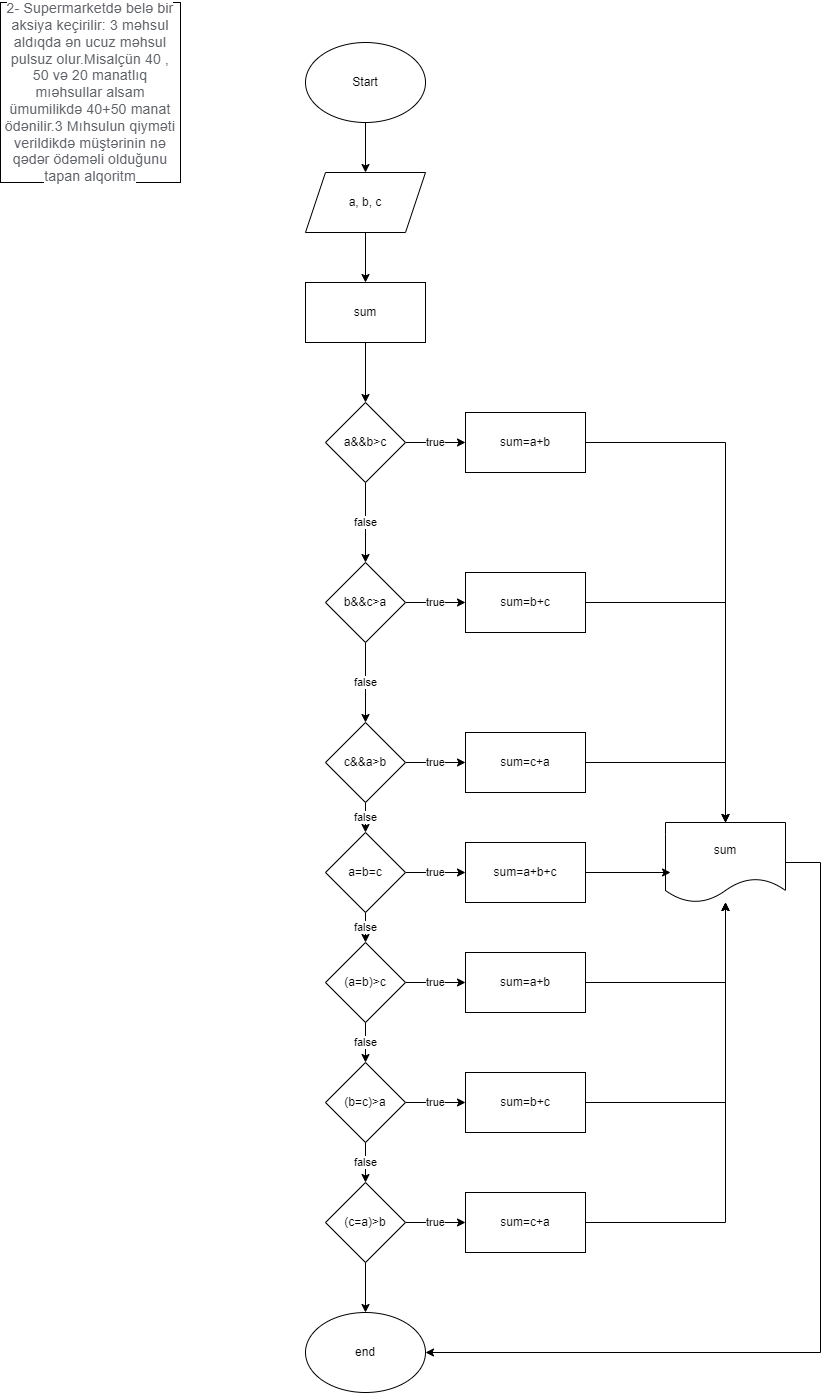
Before: 1.12.2022/task2.png, a diagram exported from draw.io (daelvinci/EvTapsirigi). Source tidied: cells renumbered, new cells last; positions are measured from the earlier drawing's top-left corner, leaving out a move shared by most shapes.
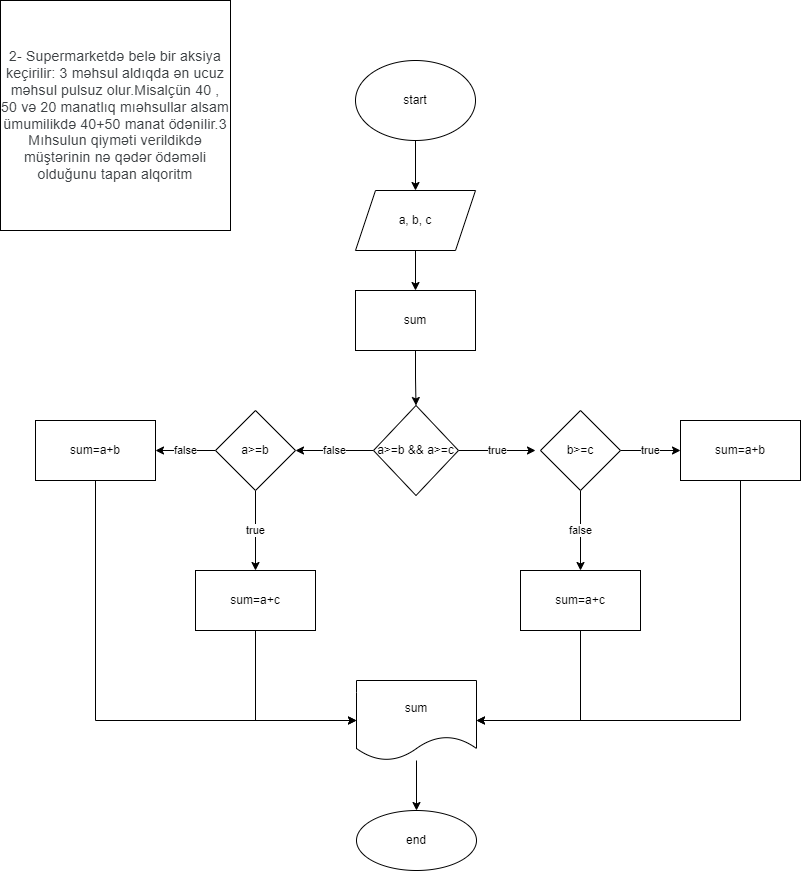
Later version of the same file.

What changed in the source:
```diff
@@ -2,147 +2,106 @@
   <root>
     <mxCell id="0" />
     <mxCell id="1" parent="0" />
-    <mxCell id="2" style="edgeStyle=orthogonalEdgeStyle;rounded=0;jettySize=auto;html=1;" parent="1" edge="1" source="3">
-      <mxGeometry relative="1" as="geometry">
-        <mxPoint x="365" y="170" as="targetPoint" />
-      </mxGeometry>
-    </mxCell>
-    <mxCell id="3" value="Start" style="ellipse;whiteSpace=wrap;html=1;" parent="1" vertex="1">
-      <mxGeometry x="305" y="40" width="120" height="80" as="geometry" />
-    </mxCell>
+    <mxCell id="47" style="edgeStyle=orthogonalEdgeStyle;rounded=0;jettySize=auto;html=1;" parent="1" edge="1" source="48" target="6">
+      <mxGeometry relative="1" as="geometry" />
+    </mxCell>
+    <mxCell id="48" value="start" style="ellipse;whiteSpace=wrap;html=1;" parent="1" vertex="1">
+      <mxGeometry x="305" y="10" width="120" height="80" as="geometry" />
+    </mxCell>
+    <mxCell id="49" style="edgeStyle=orthogonalEdgeStyle;rounded=0;jettySize=auto;html=1;" parent="1" edge="1" source="6" target="51">
+      <mxGeometry relative="1" as="geometry" />
+    </mxCell>
+    <mxCell id="6" value="a, b, c" style="shape=parallelogram;perimeter=parallelogramPerimeter;whiteSpace=wrap;html=1;fixedSize=1;" parent="1" vertex="1">
+      <mxGeometry x="305" y="140" width="120" height="60" as="geometry" />
+    </mxCell>
-    <mxCell id="4" value="&lt;span style=&quot;color: rgb(95, 99, 104); font-family: Roboto, Helvetica, Arial, sans-serif; font-size: 14px; letter-spacing: 0.2px; text-align: start; background-color: rgb(255, 255, 255);&quot;&gt;2-&amp;nbsp;Supermarketdə belə bir aksiya keçirilir: 3 məhsul aldıqda ən ucuz məhsul pulsuz olur.Misalçün 40 , 50 və 20 manatlıq mıəhsullar alsam ümumilikdə 40+50 manat ödənilir.3 Mıhsulun qiyməti verildikdə müştərinin nə qədər ödəməli olduğunu tapan alqoritm&lt;/span&gt;" style="whiteSpace=wrap;html=1;" parent="1" vertex="1">
-      <mxGeometry width="180" height="180" as="geometry" />
+    <mxCell id="4" value="&lt;span style=&quot;color: rgb(60, 64, 67); font-family: Roboto, Arial, sans-serif; font-size: 14px; letter-spacing: 0.2px; text-align: start;&quot;&gt;2-&amp;nbsp;Supermarketdə belə bir aksiya keçirilir: 3 məhsul aldıqda ən ucuz məhsul pulsuz olur.Misalçün 40 , 50 və 20 manatlıq mıəhsullar alsam ümumilikdə 40+50 manat ödənilir.3 Mıhsulun qiyməti verildikdə müştərinin nə qədər ödəməli olduğunu tapan alqoritm&lt;/span&gt;" style="whiteSpace=wrap;html=1;" parent="1" vertex="1">
+      <mxGeometry x="-50" y="-50" width="230" height="230" as="geometry" />
     </mxCell>
-    <mxCell id="5" style="edgeStyle=orthogonalEdgeStyle;rounded=0;jettySize=auto;html=1;" parent="1" edge="1" source="6" target="8">
-      <mxGeometry relative="1" as="geometry" />
-    </mxCell>
-    <mxCell id="6" value="a, b, c" style="shape=parallelogram;perimeter=parallelogramPerimeter;whiteSpace=wrap;html=1;fixedSize=1;" parent="1" vertex="1">
-      <mxGeometry x="305" y="170" width="120" height="60" as="geometry" />
-    </mxCell>
-    <mxCell id="7" style="edgeStyle=orthogonalEdgeStyle;rounded=0;jettySize=auto;html=1;" parent="1" edge="1" source="8" target="11">
-      <mxGeometry relative="1" as="geometry" />
-    </mxCell>
-    <mxCell id="8" value="sum" style="rounded=0;whiteSpace=wrap;html=1;" parent="1" vertex="1">
-      <mxGeometry x="305" y="280" width="120" height="60" as="geometry" />
-    </mxCell>
-    <mxCell id="9" value="true" style="edgeStyle=orthogonalEdgeStyle;rounded=0;jettySize=auto;html=1;" parent="1" edge="1" source="11" target="13">
-      <mxGeometry relative="1" as="geometry" />
-    </mxCell>
-    <mxCell id="10" value="false" style="edgeStyle=orthogonalEdgeStyle;rounded=0;jettySize=auto;html=1;" parent="1" edge="1" source="11" target="16">
-      <mxGeometry relative="1" as="geometry" />
-    </mxCell>
-    <mxCell id="11" value="a&amp;amp;&amp;amp;b&amp;gt;c" style="rhombus;whiteSpace=wrap;html=1;rounded=0;" parent="1" vertex="1">
-      <mxGeometry x="325" y="400" width="80" height="80" as="geometry" />
-    </mxCell>
-    <mxCell id="12" style="edgeStyle=orthogonalEdgeStyle;rounded=0;jettySize=auto;html=1;" parent="1" edge="1" source="13" target="25">
-      <mxGeometry relative="1" as="geometry" />
-    </mxCell>
-    <mxCell id="13" value="sum=a+b" style="rounded=0;whiteSpace=wrap;html=1;" parent="1" vertex="1">
-      <mxGeometry x="465" y="410" width="120" height="60" as="geometry" />
-    </mxCell>
-    <mxCell id="14" value="true" style="edgeStyle=orthogonalEdgeStyle;rounded=0;jettySize=auto;html=1;" parent="1" edge="1" source="16" target="18">
-      <mxGeometry relative="1" as="geometry" />
-    </mxCell>
-    <mxCell id="15" value="false" style="edgeStyle=orthogonalEdgeStyle;rounded=0;jettySize=auto;html=1;" parent="1" edge="1" source="16" target="21">
-      <mxGeometry relative="1" as="geometry" />
-    </mxCell>
-    <mxCell id="16" value="b&amp;amp;&amp;amp;c&amp;gt;a" style="rhombus;whiteSpace=wrap;html=1;rounded=0;" parent="1" vertex="1">
-      <mxGeometry x="325" y="560" width="80" height="80" as="geometry" />
-    </mxCell>
-    <mxCell id="17" style="edgeStyle=orthogonalEdgeStyle;rounded=0;jettySize=auto;html=1;entryX=0.5;entryY=0;entryDx=0;entryDy=0;" parent="1" edge="1" source="18" target="25">
-      <mxGeometry relative="1" as="geometry" />
-    </mxCell>
-    <mxCell id="18" value="sum=b+c" style="rounded=0;whiteSpace=wrap;html=1;" parent="1" vertex="1">
-      <mxGeometry x="465" y="570" width="120" height="60" as="geometry" />
-    </mxCell>
-    <mxCell id="19" value="true" style="edgeStyle=orthogonalEdgeStyle;rounded=0;jettySize=auto;html=1;" parent="1" edge="1" source="21" target="23">
-      <mxGeometry relative="1" as="geometry" />
-    </mxCell>
-    <mxCell id="20" value="false" style="edgeStyle=orthogonalEdgeStyle;rounded=0;jettySize=auto;html=1;" parent="1" edge="1" source="21" target="28">
-      <mxGeometry relative="1" as="geometry" />
-    </mxCell>
-    <mxCell id="21" value="c&amp;amp;&amp;amp;a&amp;gt;b" style="rhombus;whiteSpace=wrap;html=1;rounded=0;" parent="1" vertex="1">
-      <mxGeometry x="325" y="720" width="80" height="80" as="geometry" />
-    </mxCell>
-    <mxCell id="22" style="edgeStyle=orthogonalEdgeStyle;rounded=0;jettySize=auto;html=1;" parent="1" edge="1" source="23" target="25">
-      <mxGeometry relative="1" as="geometry" />
-    </mxCell>
-    <mxCell id="23" value="sum=c+a" style="whiteSpace=wrap;html=1;rounded=0;" parent="1" vertex="1">
-      <mxGeometry x="465" y="730" width="120" height="60" as="geometry" />
-    </mxCell>
-    <mxCell id="24" style="edgeStyle=orthogonalEdgeStyle;rounded=0;jettySize=auto;html=1;entryX=1;entryY=0.5;entryDx=0;entryDy=0;" parent="1" edge="1" source="25" target="46">
-      <mxGeometry relative="1" as="geometry">
-        <Array as="points">
-          <mxPoint x="820" y="860" />
-          <mxPoint x="820" y="1350" />
-        </Array>
-      </mxGeometry>
-    </mxCell>
-    <mxCell id="25" value="sum" style="shape=document;whiteSpace=wrap;html=1;boundedLbl=1;rounded=0;" parent="1" vertex="1">
-      <mxGeometry x="665" y="820" width="120" height="80" as="geometry" />
-    </mxCell>
-    <mxCell id="26" value="true" style="edgeStyle=orthogonalEdgeStyle;rounded=0;jettySize=auto;html=1;" parent="1" edge="1" source="28" target="30">
-      <mxGeometry relative="1" as="geometry" />
-    </mxCell>
-    <mxCell id="27" value="false" style="edgeStyle=orthogonalEdgeStyle;rounded=0;jettySize=auto;html=1;" parent="1" edge="1" source="28" target="33">
-      <mxGeometry relative="1" as="geometry" />
-    </mxCell>
-    <mxCell id="28" value="a=b=c" style="rhombus;whiteSpace=wrap;html=1;" parent="1" vertex="1">
-      <mxGeometry x="325" y="830" width="80" height="80" as="geometry" />
-    </mxCell>
-    <mxCell id="29" style="edgeStyle=orthogonalEdgeStyle;rounded=0;jettySize=auto;html=1;entryX=0.042;entryY=0.625;entryDx=0;entryDy=0;entryPerimeter=0;" parent="1" edge="1" source="30" target="25">
-      <mxGeometry relative="1" as="geometry" />
-    </mxCell>
-    <mxCell id="30" value="sum=a+b+c" style="whiteSpace=wrap;html=1;" parent="1" vertex="1">
-      <mxGeometry x="465" y="840" width="120" height="60" as="geometry" />
-    </mxCell>
-    <mxCell id="31" value="true" style="edgeStyle=orthogonalEdgeStyle;rounded=0;jettySize=auto;html=1;" parent="1" edge="1" source="33" target="35">
-      <mxGeometry relative="1" as="geometry" />
-    </mxCell>
-    <mxCell id="32" value="false" style="edgeStyle=orthogonalEdgeStyle;rounded=0;jettySize=auto;html=1;" parent="1" edge="1" source="33" target="38">
-      <mxGeometry relative="1" as="geometry" />
-    </mxCell>
-    <mxCell id="33" value="(a=b)&amp;gt;c" style="rhombus;whiteSpace=wrap;html=1;" parent="1" vertex="1">
-      <mxGeometry x="325" y="940" width="80" height="80" as="geometry" />
-    </mxCell>
-    <mxCell id="34" style="edgeStyle=orthogonalEdgeStyle;rounded=0;jettySize=auto;html=1;" parent="1" edge="1" source="35" target="25">
-      <mxGeometry relative="1" as="geometry" />
-    </mxCell>
-    <mxCell id="35" value="sum=a+b" style="whiteSpace=wrap;html=1;" parent="1" vertex="1">
-      <mxGeometry x="465" y="950" width="120" height="60" as="geometry" />
-    </mxCell>
-    <mxCell id="36" value="true" style="edgeStyle=orthogonalEdgeStyle;rounded=0;jettySize=auto;html=1;" parent="1" edge="1" source="38" target="40">
-      <mxGeometry relative="1" as="geometry" />
-    </mxCell>
-    <mxCell id="37" value="false" style="edgeStyle=orthogonalEdgeStyle;rounded=0;jettySize=auto;html=1;" parent="1" edge="1" source="38" target="43">
-      <mxGeometry relative="1" as="geometry" />
-    </mxCell>
-    <mxCell id="38" value="(b=c)&amp;gt;a" style="rhombus;whiteSpace=wrap;html=1;" parent="1" vertex="1">
-      <mxGeometry x="325" y="1060" width="80" height="80" as="geometry" />
-    </mxCell>
-    <mxCell id="39" style="edgeStyle=orthogonalEdgeStyle;rounded=0;jettySize=auto;html=1;" parent="1" edge="1" source="40" target="25">
-      <mxGeometry relative="1" as="geometry" />
-    </mxCell>
-    <mxCell id="40" value="sum=b+c" style="whiteSpace=wrap;html=1;" parent="1" vertex="1">
-      <mxGeometry x="465" y="1070" width="120" height="60" as="geometry" />
-    </mxCell>
-    <mxCell id="41" value="true" style="edgeStyle=orthogonalEdgeStyle;rounded=0;jettySize=auto;html=1;" parent="1" edge="1" source="43" target="45">
-      <mxGeometry relative="1" as="geometry" />
-    </mxCell>
-    <mxCell id="42" style="edgeStyle=orthogonalEdgeStyle;rounded=0;jettySize=auto;html=1;" parent="1" edge="1" source="43" target="46">
-      <mxGeometry relative="1" as="geometry" />
-    </mxCell>
-    <mxCell id="43" value="(c=a)&amp;gt;b" style="rhombus;whiteSpace=wrap;html=1;" parent="1" vertex="1">
-      <mxGeometry x="325" y="1180" width="80" height="80" as="geometry" />
-    </mxCell>
-    <mxCell id="44" style="edgeStyle=orthogonalEdgeStyle;rounded=0;jettySize=auto;html=1;" parent="1" edge="1" source="45" target="25">
-      <mxGeometry relative="1" as="geometry" />
-    </mxCell>
-    <mxCell id="45" value="sum=c+a" style="whiteSpace=wrap;html=1;" parent="1" vertex="1">
-      <mxGeometry x="465" y="1190" width="120" height="60" as="geometry" />
-    </mxCell>
+    <mxCell id="50" style="edgeStyle=orthogonalEdgeStyle;rounded=0;jettySize=auto;html=1;" parent="1" edge="1" source="51" target="54">
+      <mxGeometry relative="1" as="geometry" />
+    </mxCell>
+    <mxCell id="51" value="sum" style="whiteSpace=wrap;html=1;" parent="1" vertex="1">
+      <mxGeometry x="305" y="240" width="120" height="60" as="geometry" />
+    </mxCell>
+    <mxCell id="52" value="false" style="edgeStyle=orthogonalEdgeStyle;rounded=0;jettySize=auto;html=1;" parent="1" edge="1" source="54" target="57">
+      <mxGeometry relative="1" as="geometry" />
+    </mxCell>
+    <mxCell id="53" value="true" style="edgeStyle=orthogonalEdgeStyle;rounded=0;jettySize=auto;html=1;" parent="1" edge="1" source="54">
+      <mxGeometry relative="1" as="geometry">
+        <mxPoint x="485" y="400" as="targetPoint" />
+      </mxGeometry>
+    </mxCell>
+    <mxCell id="54" value="a&amp;gt;=b &amp;amp;&amp;amp; a&amp;gt;=c" style="rhombus;whiteSpace=wrap;html=1;" parent="1" vertex="1">
+      <mxGeometry x="323" y="355" width="85" height="90" as="geometry" />
+    </mxCell>
+    <mxCell id="55" value="true" style="edgeStyle=orthogonalEdgeStyle;rounded=0;jettySize=auto;html=1;" parent="1" edge="1" source="57">
+      <mxGeometry relative="1" as="geometry">
+        <mxPoint x="205" y="520" as="targetPoint" />
+      </mxGeometry>
+    </mxCell>
+    <mxCell id="56" value="false" style="edgeStyle=orthogonalEdgeStyle;rounded=0;jettySize=auto;html=1;" parent="1" edge="1" source="57" target="59">
+      <mxGeometry relative="1" as="geometry" />
+    </mxCell>
+    <mxCell id="57" value="a&amp;gt;=b" style="rhombus;whiteSpace=wrap;html=1;" parent="1" vertex="1">
+      <mxGeometry x="165" y="360" width="80" height="80" as="geometry" />
+    </mxCell>
+    <mxCell id="58" style="edgeStyle=orthogonalEdgeStyle;rounded=0;jettySize=auto;html=1;entryX=0;entryY=0.5;entryDx=0;entryDy=0;" parent="1" edge="1" source="59" target="70">
+      <mxGeometry relative="1" as="geometry">
+        <Array as="points">
+          <mxPoint x="45" y="670" />
+        </Array>
+      </mxGeometry>
+    </mxCell>
+    <mxCell id="59" value="sum=a+b" style="whiteSpace=wrap;html=1;" parent="1" vertex="1">
+      <mxGeometry x="-15" y="370" width="120" height="60" as="geometry" />
+    </mxCell>
+    <mxCell id="60" style="edgeStyle=orthogonalEdgeStyle;rounded=0;jettySize=auto;html=1;entryX=0;entryY=0.5;entryDx=0;entryDy=0;" parent="1" edge="1" source="61" target="70">
+      <mxGeometry relative="1" as="geometry">
+        <Array as="points">
+          <mxPoint x="205" y="670" />
+        </Array>
+      </mxGeometry>
+    </mxCell>
+    <mxCell id="61" value="sum=a+c" style="rounded=0;whiteSpace=wrap;html=1;" parent="1" vertex="1">
+      <mxGeometry x="145" y="520" width="120" height="60" as="geometry" />
+    </mxCell>
+    <mxCell id="62" style="edgeStyle=orthogonalEdgeStyle;rounded=0;jettySize=auto;html=1;entryX=1;entryY=0.5;entryDx=0;entryDy=0;" parent="1" edge="1" source="63" target="70">
+      <mxGeometry relative="1" as="geometry">
+        <Array as="points">
+          <mxPoint x="530" y="670" />
+        </Array>
+      </mxGeometry>
+    </mxCell>
+    <mxCell id="63" value="sum=a+c" style="rounded=0;whiteSpace=wrap;html=1;" parent="1" vertex="1">
+      <mxGeometry x="470" y="520" width="120" height="60" as="geometry" />
+    </mxCell>
+    <mxCell id="64" value="false" style="edgeStyle=orthogonalEdgeStyle;rounded=0;jettySize=auto;html=1;" parent="1" edge="1" source="66" target="63">
+      <mxGeometry relative="1" as="geometry" />
+    </mxCell>
+    <mxCell id="65" value="true" style="edgeStyle=orthogonalEdgeStyle;rounded=0;jettySize=auto;html=1;" parent="1" edge="1" source="66" target="68">
+      <mxGeometry relative="1" as="geometry" />
+    </mxCell>
+    <mxCell id="66" value="b&amp;gt;=c" style="rhombus;whiteSpace=wrap;html=1;" parent="1" vertex="1">
+      <mxGeometry x="490" y="360" width="80" height="80" as="geometry" />
+    </mxCell>
+    <mxCell id="67" style="edgeStyle=orthogonalEdgeStyle;rounded=0;jettySize=auto;html=1;entryX=1;entryY=0.5;entryDx=0;entryDy=0;" parent="1" edge="1" source="68" target="70">
+      <mxGeometry relative="1" as="geometry">
+        <Array as="points">
+          <mxPoint x="690" y="670" />
+        </Array>
+      </mxGeometry>
+    </mxCell>
+    <mxCell id="68" value="sum=a+b" style="whiteSpace=wrap;html=1;" parent="1" vertex="1">
+      <mxGeometry x="630" y="370" width="120" height="60" as="geometry" />
+    </mxCell>
+    <mxCell id="69" style="edgeStyle=orthogonalEdgeStyle;rounded=0;jettySize=auto;html=1;" parent="1" edge="1" source="70" target="46">
+      <mxGeometry relative="1" as="geometry" />
+    </mxCell>
+    <mxCell id="70" value="sum" style="shape=document;whiteSpace=wrap;html=1;boundedLbl=1;" parent="1" vertex="1">
+      <mxGeometry x="306" y="630" width="120" height="80" as="geometry" />
+    </mxCell>
     <mxCell id="46" value="end" style="ellipse;whiteSpace=wrap;html=1;" parent="1" vertex="1">
-      <mxGeometry x="305" y="1310" width="120" height="80" as="geometry" />
+      <mxGeometry x="306" y="760" width="120" height="60" as="geometry" />
     </mxCell>
   </root>
 </mxGraphModel>
```
